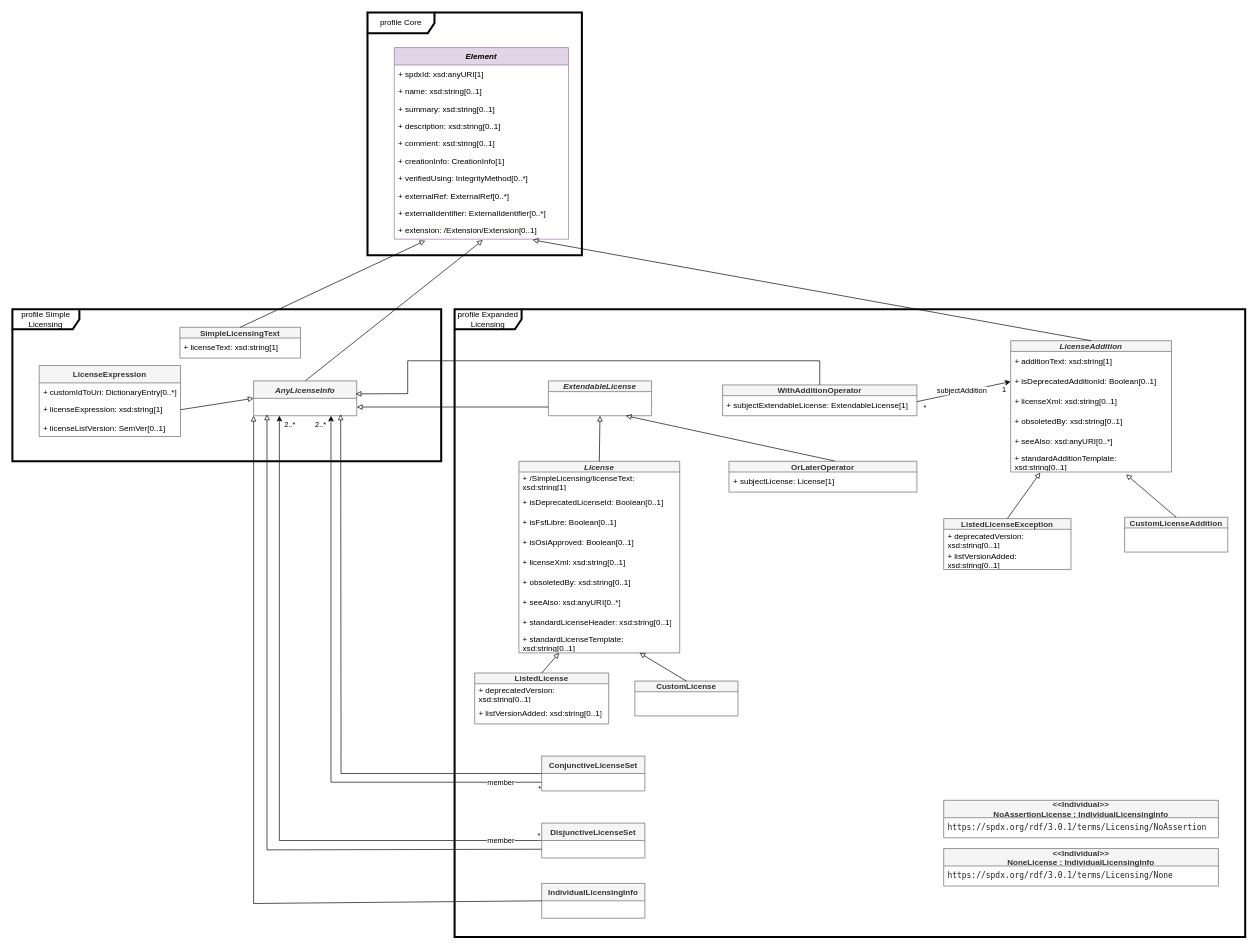
This is page "Licensing" (5 of 11) of model.drawio from spdx/spdx-3-model, a draw.io file, before an edit. Source tidied: cells renumbered, new cells numbered last; positions are measured from the earlier drawing's top-left corner, leaving out a move shared by most shapes. Both pictures are drawn from the tidied source at 67%, with x=0, y=0 at pixel (12, 12).
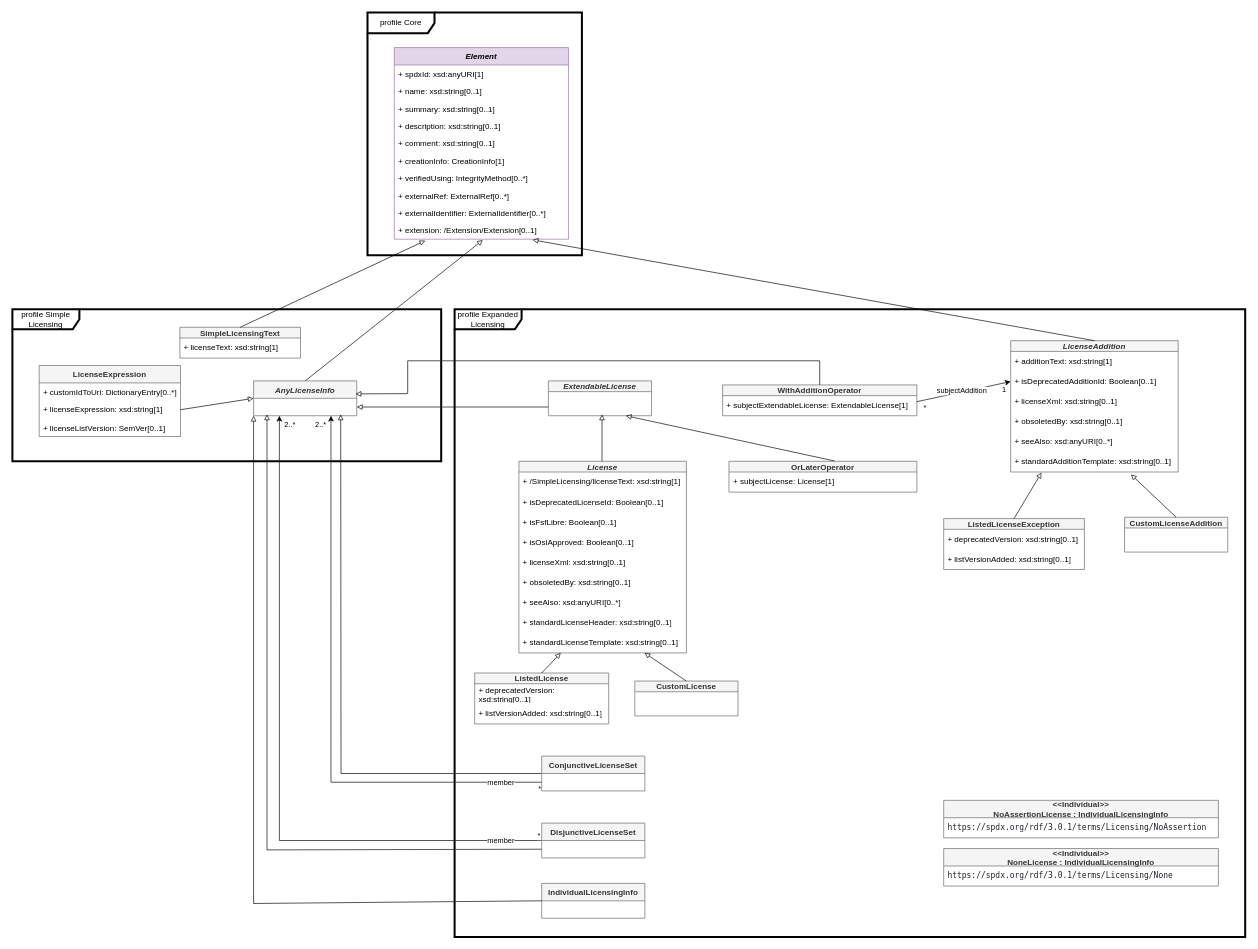
After the change.

The change refers to these unchanged cells:
```xml
<mxCell id="44" value="ExtendableLicense" style="swimlane;fontStyle=3;horizontal=1;startSize=16;fillColor=#f5f5f5;strokeColor=#666666;fontColor=#333333;" parent="1" vertex="1">
  <mxGeometry x="800" y="550" width="154" height="52" as="geometry" />
</mxCell>
```

What changed in the source:
```diff
@@
     <mxCell id="34" value="License" style="swimlane;fontStyle=3;horizontal=1;startSize=16;fillColor=#f5f5f5;strokeColor=#666666;fontColor=#333333;" parent="1" vertex="1">
-      <mxGeometry x="756" y="670" width="240" height="286" as="geometry" />
+      <mxGeometry x="756" y="670" width="250" height="286" as="geometry" />
     </mxCell>
     <mxCell id="35" value="+ /SimpleLicensing/licenseText: xsd:string[1]" style="text;strokeColor=none;fillColor=none;align=left;verticalAlign=middle;spacingLeft=4;spacingRight=4;overflow=hidden;whiteSpace=wrap;html=1;" parent="34" vertex="1">
-      <mxGeometry y="16" width="240" height="30" as="geometry" />
+      <mxGeometry y="16" width="250" height="30" as="geometry" />
     </mxCell>
     <mxCell id="36" value="+ isDeprecatedLicenseId: Boolean[0..1]" style="text;strokeColor=none;fillColor=none;align=left;verticalAlign=middle;spacingLeft=4;spacingRight=4;overflow=hidden;whiteSpace=wrap;html=1;" parent="34" vertex="1">
-      <mxGeometry y="46" width="240" height="30" as="geometry" />
+      <mxGeometry y="46" width="250" height="30" as="geometry" />
     </mxCell>
     <mxCell id="37" value="+ isFsfLibre: Boolean[0..1]" style="text;strokeColor=none;fillColor=none;align=left;verticalAlign=middle;spacingLeft=4;spacingRight=4;overflow=hidden;whiteSpace=wrap;html=1;" parent="34" vertex="1">
-      <mxGeometry y="76" width="240" height="30" as="geometry" />
+      <mxGeometry y="76" width="250" height="30" as="geometry" />
     </mxCell>
     <mxCell id="38" value="+ isOsiApproved: Boolean[0..1]" style="text;strokeColor=none;fillColor=none;align=left;verticalAlign=middle;spacingLeft=4;spacingRight=4;overflow=hidden;whiteSpace=wrap;html=1;" parent="34" vertex="1">
-      <mxGeometry y="106" width="240" height="30" as="geometry" />
+      <mxGeometry y="106" width="250" height="30" as="geometry" />
     </mxCell>
     <mxCell id="39" value="+ licenseXml: xsd:string[0..1]" style="text;strokeColor=none;fillColor=none;align=left;verticalAlign=middle;spacingLeft=4;spacingRight=4;overflow=hidden;whiteSpace=wrap;html=1;" parent="34" vertex="1">
-      <mxGeometry y="136" width="240" height="30" as="geometry" />
+      <mxGeometry y="136" width="250" height="30" as="geometry" />
     </mxCell>
     <mxCell id="40" value="+ obsoletedBy: xsd:string[0..1]" style="text;strokeColor=none;fillColor=none;align=left;verticalAlign=middle;spacingLeft=4;spacingRight=4;overflow=hidden;whiteSpace=wrap;html=1;" parent="34" vertex="1">
-      <mxGeometry y="166" width="240" height="30" as="geometry" />
+      <mxGeometry y="166" width="250" height="30" as="geometry" />
     </mxCell>
     <mxCell id="41" value="+ seeAlso: xsd:anyURI[0..*]" style="text;strokeColor=none;fillColor=none;align=left;verticalAlign=middle;spacingLeft=4;spacingRight=4;overflow=hidden;whiteSpace=wrap;html=1;" parent="34" vertex="1">
-      <mxGeometry y="196" width="240" height="30" as="geometry" />
+      <mxGeometry y="196" width="250" height="30" as="geometry" />
     </mxCell>
     <mxCell id="42" value="+ standardLicenseHeader: xsd:string[0..1]" style="text;strokeColor=none;fillColor=none;align=left;verticalAlign=middle;spacingLeft=4;spacingRight=4;overflow=hidden;whiteSpace=wrap;html=1;" parent="34" vertex="1">
-      <mxGeometry y="226" width="240" height="30" as="geometry" />
+      <mxGeometry y="226" width="250" height="30" as="geometry" />
     </mxCell>
     <mxCell id="43" value="+ standardLicenseTemplate: xsd:string[0..1]" style="text;strokeColor=none;fillColor=none;align=left;verticalAlign=middle;spacingLeft=4;spacingRight=4;overflow=hidden;whiteSpace=wrap;html=1;" parent="34" vertex="1">
-      <mxGeometry y="256" width="240" height="30" as="geometry" />
+      <mxGeometry y="256" width="250" height="30" as="geometry" />
     </mxCell>
@@
-    <mxCell id="47" style="endArrow=block;html=1;rounded=0;entryX=0.5;entryY=1;entryDx=0;entryDy=0;exitX=0.5;exitY=0;exitDx=0;exitDy=0;endFill=0;" parent="1" edge="1" source="34" target="44">
-      <mxGeometry relative="1" as="geometry" />
+    <mxCell id="47" style="endArrow=block;html=1;rounded=0;endFill=0;" parent="1" edge="1">
+      <mxGeometry relative="1" as="geometry">
+        <mxPoint x="880" y="670" as="sourcePoint" />
+        <mxPoint x="880" y="600" as="targetPoint" />
+      </mxGeometry>
     </mxCell>
     <mxCell id="48" value="LicenseAddition" style="swimlane;fontStyle=3;horizontal=1;startSize=16;fillColor=#f5f5f5;strokeColor=#666666;fontColor=#333333;" parent="1" vertex="1">
-      <mxGeometry x="1490" y="490" width="240" height="196" as="geometry" />
+      <mxGeometry x="1490" y="490" width="250" height="196" as="geometry" />
     </mxCell>
     <mxCell id="49" value="+ additionText: xsd:string[1]" style="text;strokeColor=none;fillColor=none;align=left;verticalAlign=middle;spacingLeft=4;spacingRight=4;overflow=hidden;whiteSpace=wrap;html=1;" parent="48" vertex="1">
-      <mxGeometry y="16" width="240" height="30" as="geometry" />
+      <mxGeometry y="16" width="250" height="30" as="geometry" />
     </mxCell>
     <mxCell id="50" value="+ isDeprecatedAdditionId: Boolean[0..1]" style="text;strokeColor=none;fillColor=none;align=left;verticalAlign=middle;spacingLeft=4;spacingRight=4;overflow=hidden;points=[[0,0.5],[1,0.5]];portConstraint=eastwest;whiteSpace=wrap;html=1;" parent="48" vertex="1">
-      <mxGeometry y="46" width="240" height="30" as="geometry" />
+      <mxGeometry y="46" width="250" height="30" as="geometry" />
     </mxCell>
     <mxCell id="51" value="+ licenseXml: xsd:string[0..1]" style="text;strokeColor=none;fillColor=none;align=left;verticalAlign=middle;spacingLeft=4;spacingRight=4;overflow=hidden;whiteSpace=wrap;html=1;" parent="48" vertex="1">
-      <mxGeometry y="76" width="240" height="30" as="geometry" />
+      <mxGeometry y="76" width="250" height="30" as="geometry" />
     </mxCell>
     <mxCell id="52" value="+ obsoletedBy: xsd:string[0..1]" style="text;strokeColor=none;fillColor=none;align=left;verticalAlign=middle;spacingLeft=4;spacingRight=4;overflow=hidden;whiteSpace=wrap;html=1;" parent="48" vertex="1">
-      <mxGeometry y="106" width="240" height="30" as="geometry" />
+      <mxGeometry y="106" width="250" height="30" as="geometry" />
     </mxCell>
     <mxCell id="53" value="+ seeAlso: xsd:anyURI[0..*]" style="text;strokeColor=none;fillColor=none;align=left;verticalAlign=middle;spacingLeft=4;spacingRight=4;overflow=hidden;whiteSpace=wrap;html=1;" parent="48" vertex="1">
-      <mxGeometry y="136" width="240" height="30" as="geometry" />
+      <mxGeometry y="136" width="250" height="30" as="geometry" />
     </mxCell>
     <mxCell id="54" value="+ standardAdditionTemplate: xsd:string[0..1]" style="text;strokeColor=none;fillColor=none;align=left;verticalAlign=middle;spacingLeft=4;spacingRight=4;overflow=hidden;points=[[0,0.5],[1,0.5]];portConstraint=eastwest;whiteSpace=wrap;html=1;" parent="48" vertex="1">
-      <mxGeometry y="166" width="240" height="30" as="geometry" />
+      <mxGeometry y="166" width="250" height="30" as="geometry" />
     </mxCell>
@@
     <mxCell id="62" value="ListedLicenseException" style="swimlane;fontStyle=1;horizontal=1;startSize=16;fillColor=#f5f5f5;strokeColor=#666666;fontColor=#333333;" parent="1" vertex="1">
-      <mxGeometry x="1390" y="755.5" width="190" height="76" as="geometry" />
+      <mxGeometry x="1390" y="755.5" width="210" height="76" as="geometry" />
     </mxCell>
     <mxCell id="63" value="+ deprecatedVersion: xsd:string[0..1]" style="text;strokeColor=none;fillColor=none;align=left;verticalAlign=middle;spacingLeft=4;spacingRight=4;overflow=hidden;whiteSpace=wrap;html=1;" parent="62" vertex="1">
-      <mxGeometry y="16" width="190" height="30" as="geometry" />
+      <mxGeometry y="16" width="210" height="30" as="geometry" />
     </mxCell>
     <mxCell id="64" value="+ listVersionAdded: xsd:string[0..1]" style="text;strokeColor=none;fillColor=none;align=left;verticalAlign=middle;spacingLeft=4;spacingRight=4;overflow=hidden;whiteSpace=wrap;html=1;" parent="62" vertex="1">
-      <mxGeometry y="46" width="190" height="30" as="geometry" />
+      <mxGeometry y="46" width="210" height="30" as="geometry" />
     </mxCell>
```
